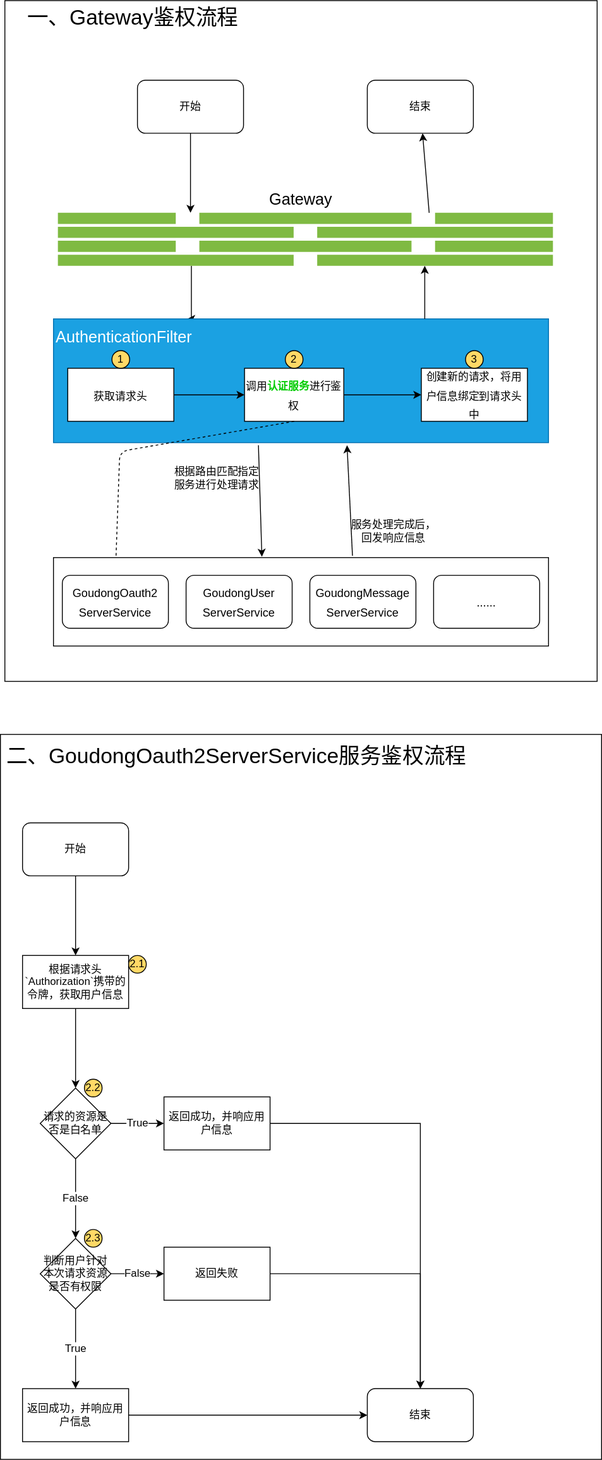
GitHubFeiLong/goudong-java keeps this draw.io diagram as goudong-gateway-server/README.assets/网关统一鉴权，子服务获取用户.svg. Above is the earlier version. Source tidied: cells renumbered, new cells last; positions are measured from the earlier drawing's top-left corner, leaving out a move shared by most shapes. Source of this version:
```xml
<mxGraphModel>
  <root>
    <mxCell id="0" />
    <mxCell id="1" parent="0" />
    <mxCell id="2" style="rounded=0;whiteSpace=wrap;html=1;fontSize=12;align=center;" parent="1" vertex="1">
      <mxGeometry y="830" width="680" height="820" as="geometry" />
    </mxCell>
    <mxCell id="3" style="rounded=0;whiteSpace=wrap;html=1;fontSize=12;align=center;" parent="1" vertex="1">
      <mxGeometry x="5" width="670" height="770" as="geometry" />
    </mxCell>
    <mxCell id="4" style="edgeStyle=orthogonalEdgeStyle;rounded=0;jettySize=auto;html=1;exitX=0.5;exitY=1;exitDx=0;exitDy=0;" parent="1" edge="1" source="53" target="29">
      <mxGeometry relative="1" as="geometry">
        <Array as="points">
          <mxPoint x="215" y="220" />
          <mxPoint x="215" y="220" />
        </Array>
      </mxGeometry>
    </mxCell>
    <mxCell id="5" style="edgeStyle=orthogonalEdgeStyle;rounded=0;jettySize=auto;html=1;entryX=0.27;entryY=0;entryDx=0;entryDy=0;fontSize=18;entryPerimeter=0;" parent="1" edge="1" source="29" target="7">
      <mxGeometry relative="1" as="geometry">
        <Array as="points">
          <mxPoint x="216" y="320" />
          <mxPoint x="216" y="320" />
        </Array>
      </mxGeometry>
    </mxCell>
    <mxCell id="6" style="group;" parent="1" vertex="1">
      <mxGeometry x="60" y="360" width="560" height="140" as="geometry" />
    </mxCell>
    <mxCell id="7" style="rounded=0;whiteSpace=wrap;html=1;fontSize=18;fillColor=#1ba1e2;strokeColor=#006EAF;fontColor=#ffffff;" parent="6" vertex="1">
      <mxGeometry width="560" height="140" as="geometry" />
    </mxCell>
    <mxCell id="8" value="&lt;font color=&quot;#ffffff&quot;&gt;AuthenticationFilter&lt;/font&gt;" style="text;html=1;strokeColor=none;fillColor=none;align=center;verticalAlign=middle;whiteSpace=wrap;rounded=0;fontSize=18;" parent="6" vertex="1">
      <mxGeometry x="60" width="40" height="41.8" as="geometry" />
    </mxCell>
    <mxCell id="9" style="edgeStyle=orthogonalEdgeStyle;rounded=0;jettySize=auto;html=1;fontSize=18;" parent="6" edge="1" source="10" target="12">
      <mxGeometry relative="1" as="geometry" />
    </mxCell>
    <mxCell id="10" value="&lt;font style=&quot;font-size: 12px&quot;&gt;获取请求头&lt;/font&gt;" style="rounded=0;whiteSpace=wrap;html=1;fontSize=18;" parent="6" vertex="1">
      <mxGeometry x="16.1" y="55.9" width="120" height="60" as="geometry" />
    </mxCell>
    <mxCell id="11" style="edgeStyle=orthogonalEdgeStyle;rounded=0;jettySize=auto;html=1;fontSize=18;" parent="6" edge="1" source="12" target="13">
      <mxGeometry relative="1" as="geometry" />
    </mxCell>
    <mxCell id="12" value="&lt;font style=&quot;font-size: 12px&quot;&gt;调用&lt;font color=&quot;#00cc00&quot;&gt;&lt;b&gt;认证服务&lt;/b&gt;&lt;/font&gt;进行鉴权&lt;/font&gt;" style="rounded=0;whiteSpace=wrap;html=1;fontSize=18;" parent="6" vertex="1">
      <mxGeometry x="216.1" y="55.9" width="112.2" height="60" as="geometry" />
    </mxCell>
    <mxCell id="13" value="&lt;span style=&quot;font-size: 12px&quot;&gt;创建新的请求，将用户信息绑定到请求头中&lt;/span&gt;&lt;br&gt;" style="rounded=0;whiteSpace=wrap;html=1;fontSize=18;" parent="6" vertex="1">
      <mxGeometry x="416.1" y="55.9" width="120" height="60" as="geometry" />
    </mxCell>
    <mxCell id="14" value="1" style="ellipse;whiteSpace=wrap;html=1;fontSize=12;align=center;fillColor=#FFD966;" parent="6" vertex="1">
      <mxGeometry x="66.1" y="35.9" width="20" height="20" as="geometry" />
    </mxCell>
    <mxCell id="15" value="2" style="ellipse;whiteSpace=wrap;html=1;fontSize=12;align=center;fillColor=#FFD966;" parent="6" vertex="1">
      <mxGeometry x="262.3" y="35.9" width="20" height="20" as="geometry" />
    </mxCell>
    <mxCell id="16" value="3" style="ellipse;whiteSpace=wrap;html=1;fontSize=12;align=center;fillColor=#FFD966;" parent="6" vertex="1">
      <mxGeometry x="466.1" y="35.9" width="20" height="20" as="geometry" />
    </mxCell>
    <mxCell id="17" style="endArrow=none;dashed=1;html=1;fontSize=18;exitX=0.5;exitY=1;exitDx=0;exitDy=0;entryX=0.5;entryY=0;entryDx=0;entryDy=0;" parent="1" edge="1" source="12" target="20">
      <mxGeometry relative="1" as="geometry">
        <Array as="points">
          <mxPoint x="135" y="510" />
        </Array>
      </mxGeometry>
    </mxCell>
    <mxCell id="18" style="group;" parent="1" vertex="1">
      <mxGeometry x="60" y="630" width="560" height="100" as="geometry" />
    </mxCell>
    <mxCell id="19" style="rounded=0;whiteSpace=wrap;html=1;fontSize=18;" parent="18" vertex="1">
      <mxGeometry width="560" height="100" as="geometry" />
    </mxCell>
    <mxCell id="20" value="&lt;font style=&quot;font-size: 13px&quot;&gt;GoudongOauth2&lt;br&gt;ServerService&lt;/font&gt;" style="rounded=1;whiteSpace=wrap;html=1;fontSize=18;" parent="18" vertex="1">
      <mxGeometry x="10" y="20" width="120" height="60" as="geometry" />
    </mxCell>
    <mxCell id="21" value="&lt;font style=&quot;font-size: 13px&quot;&gt;GoudongUser&lt;br&gt;ServerService&lt;/font&gt;" style="rounded=1;whiteSpace=wrap;html=1;fontSize=18;" parent="18" vertex="1">
      <mxGeometry x="150" y="20" width="120" height="60" as="geometry" />
    </mxCell>
    <mxCell id="22" value="&lt;font style=&quot;font-size: 13px&quot;&gt;GoudongMessage&lt;br&gt;ServerService&lt;/font&gt;" style="rounded=1;whiteSpace=wrap;html=1;fontSize=18;" parent="18" vertex="1">
      <mxGeometry x="290" y="20" width="120" height="60" as="geometry" />
    </mxCell>
    <mxCell id="23" value="&lt;span style=&quot;font-size: 13px&quot;&gt;......&lt;/span&gt;" style="rounded=1;whiteSpace=wrap;html=1;fontSize=18;" parent="18" vertex="1">
      <mxGeometry x="430" y="20" width="120" height="60" as="geometry" />
    </mxCell>
    <mxCell id="24" value="根据路由匹配指定服务进行处理请求" style="text;html=1;strokeColor=none;fillColor=none;align=center;verticalAlign=middle;whiteSpace=wrap;rounded=0;fontSize=12;" parent="1" vertex="1">
      <mxGeometry x="195" y="530" width="100" height="20" as="geometry" />
    </mxCell>
    <mxCell id="25" value="服务处理完成后，回发响应信息" style="text;html=1;strokeColor=none;fillColor=none;align=center;verticalAlign=middle;whiteSpace=wrap;rounded=0;fontSize=12;" parent="1" vertex="1">
      <mxGeometry x="395" y="590" width="100" height="20" as="geometry" />
    </mxCell>
    <mxCell id="26" style="endArrow=classic;html=1;fontSize=12;exitX=0.414;exitY=1.021;exitDx=0;exitDy=0;exitPerimeter=0;entryX=0.421;entryY=-0.01;entryDx=0;entryDy=0;entryPerimeter=0;" parent="1" edge="1" source="7" target="19">
      <mxGeometry relative="1" as="geometry" />
    </mxCell>
    <mxCell id="27" style="endArrow=classic;html=1;fontSize=12;exitX=0.604;exitY=-0.02;exitDx=0;exitDy=0;exitPerimeter=0;entryX=0.593;entryY=1.021;entryDx=0;entryDy=0;entryPerimeter=0;" parent="1" edge="1" source="19" target="7">
      <mxGeometry relative="1" as="geometry" />
    </mxCell>
    <mxCell id="28" style="group;" parent="1" vertex="1">
      <mxGeometry x="65" y="210" width="560" height="90" as="geometry" />
    </mxCell>
    <mxCell id="29" style="shadow=0;dashed=0;html=1;strokeColor=none;labelPosition=center;verticalLabelPosition=bottom;verticalAlign=top;outlineConnect=0;align=center;shape=mxgraph.office.concepts.firewall;fillColor=#7FBA42;" parent="28" vertex="1">
      <mxGeometry y="30" width="560" height="60" as="geometry" />
    </mxCell>
    <mxCell id="30" value="Gateway" style="text;html=1;strokeColor=none;fillColor=none;align=center;verticalAlign=middle;whiteSpace=wrap;rounded=0;fontSize=18;" parent="28" vertex="1">
      <mxGeometry x="210" width="130" height="30" as="geometry" />
    </mxCell>
    <mxCell id="31" style="edgeStyle=orthogonalEdgeStyle;rounded=0;jettySize=auto;html=1;exitX=0.75;exitY=0;exitDx=0;exitDy=0;fontSize=12;" parent="1" edge="1" source="7" target="29">
      <mxGeometry relative="1" as="geometry">
        <Array as="points">
          <mxPoint x="485" y="300" />
          <mxPoint x="485" y="300" />
        </Array>
      </mxGeometry>
    </mxCell>
    <mxCell id="32" style="endArrow=classic;html=1;fontSize=12;exitX=0.75;exitY=0;exitDx=0;exitDy=0;exitPerimeter=0;" parent="1" edge="1" source="29" target="54">
      <mxGeometry relative="1" as="geometry" />
    </mxCell>
    <mxCell id="33" value="&lt;font style=&quot;font-size: 24px&quot;&gt;一、Gateway鉴权流程&lt;/font&gt;" style="text;html=1;strokeColor=none;fillColor=none;align=center;verticalAlign=middle;whiteSpace=wrap;rounded=0;fontSize=12;" parent="1" vertex="1">
      <mxGeometry x="15" y="10" width="270" height="20" as="geometry" />
    </mxCell>
    <mxCell id="34" style="edgeStyle=orthogonalEdgeStyle;rounded=0;jettySize=auto;html=1;fontSize=12;exitX=0.5;exitY=1;exitDx=0;exitDy=0;" parent="1" edge="1" source="55" target="36">
      <mxGeometry relative="1" as="geometry" />
    </mxCell>
    <mxCell id="35" style="edgeStyle=orthogonalEdgeStyle;rounded=0;jettySize=auto;html=1;fontSize=12;" parent="1" edge="1" source="36" target="39">
      <mxGeometry relative="1" as="geometry" />
    </mxCell>
    <mxCell id="36" value="根据请求头`Authorization`携带的令牌，获取用户信息" style="whiteSpace=wrap;html=1;fillColor=#FFFFFF;" parent="1" vertex="1">
      <mxGeometry x="25" y="1080" width="120" height="60" as="geometry" />
    </mxCell>
    <mxCell id="37" value="False" style="edgeStyle=orthogonalEdgeStyle;rounded=0;jettySize=auto;html=1;fontSize=12;entryX=0.5;entryY=0;entryDx=0;entryDy=0;" parent="1" edge="1" source="39" target="44">
      <mxGeometry relative="1" as="geometry" />
    </mxCell>
    <mxCell id="38" value="True" style="edgeStyle=orthogonalEdgeStyle;rounded=0;jettySize=auto;html=1;fontSize=12;" parent="1" edge="1" source="39" target="41">
      <mxGeometry relative="1" as="geometry" />
    </mxCell>
    <mxCell id="39" value="请求的资源是否是白名单" style="rhombus;whiteSpace=wrap;html=1;fillColor=#FFFFFF;" parent="1" vertex="1">
      <mxGeometry x="45" y="1230" width="80" height="80" as="geometry" />
    </mxCell>
    <mxCell id="40" style="edgeStyle=orthogonalEdgeStyle;rounded=0;jettySize=auto;html=1;fontSize=12;entryX=0.5;entryY=0;entryDx=0;entryDy=0;" parent="1" edge="1" source="41" target="56">
      <mxGeometry relative="1" as="geometry" />
    </mxCell>
    <mxCell id="41" value="&lt;span&gt;返回成功，并响应用户信息&lt;/span&gt;" style="whiteSpace=wrap;html=1;fillColor=#FFFFFF;" parent="1" vertex="1">
      <mxGeometry x="185" y="1240" width="120" height="60" as="geometry" />
    </mxCell>
    <mxCell id="42" value="True" style="edgeStyle=orthogonalEdgeStyle;rounded=0;jettySize=auto;html=1;fontSize=12;" parent="1" edge="1" source="44" target="46">
      <mxGeometry relative="1" as="geometry" />
    </mxCell>
    <mxCell id="43" value="False" style="edgeStyle=orthogonalEdgeStyle;rounded=0;jettySize=auto;html=1;fontSize=12;" parent="1" edge="1" source="44" target="48">
      <mxGeometry relative="1" as="geometry" />
    </mxCell>
    <mxCell id="44" value="判断用户针对本次请求资源是否有权限" style="rhombus;whiteSpace=wrap;html=1;fillColor=#FFFFFF;" parent="1" vertex="1">
      <mxGeometry x="45" y="1400" width="80" height="80" as="geometry" />
    </mxCell>
    <mxCell id="45" style="edgeStyle=orthogonalEdgeStyle;rounded=0;jettySize=auto;html=1;fontSize=12;" parent="1" edge="1" source="46">
      <mxGeometry relative="1" as="geometry">
        <mxPoint x="415" y="1600" as="targetPoint" />
      </mxGeometry>
    </mxCell>
    <mxCell id="46" value="返回成功，并响应用户信息" style="whiteSpace=wrap;html=1;fillColor=#FFFFFF;" parent="1" vertex="1">
      <mxGeometry x="25" y="1570" width="120" height="60" as="geometry" />
    </mxCell>
    <mxCell id="47" style="edgeStyle=orthogonalEdgeStyle;rounded=0;jettySize=auto;html=1;entryX=0.5;entryY=0;entryDx=0;entryDy=0;fontSize=12;" parent="1" edge="1" source="48" target="56">
      <mxGeometry relative="1" as="geometry" />
    </mxCell>
    <mxCell id="48" value="返回失败" style="whiteSpace=wrap;html=1;fillColor=#FFFFFF;" parent="1" vertex="1">
      <mxGeometry x="185" y="1410" width="120" height="60" as="geometry" />
    </mxCell>
    <mxCell id="49" value="&lt;font style=&quot;font-size: 24px&quot;&gt;&lt;span&gt;二、GoudongOauth2&lt;/span&gt;&lt;span&gt;ServerService&lt;/span&gt;服务鉴权流程&lt;/font&gt;" style="text;html=1;strokeColor=none;fillColor=none;align=left;verticalAlign=middle;whiteSpace=wrap;rounded=0;fontSize=12;" parent="1" vertex="1">
      <mxGeometry x="5" y="840" width="550" height="30" as="geometry" />
    </mxCell>
    <mxCell id="50" value="2.1" style="ellipse;whiteSpace=wrap;html=1;fontSize=12;align=center;fillColor=#FFD966;" parent="1" vertex="1">
      <mxGeometry x="145" y="1080" width="20" height="20" as="geometry" />
    </mxCell>
    <mxCell id="51" value="2.2" style="ellipse;whiteSpace=wrap;html=1;fontSize=12;align=center;fillColor=#FFD966;" parent="1" vertex="1">
      <mxGeometry x="95" y="1220" width="20" height="20" as="geometry" />
    </mxCell>
    <mxCell id="52" value="2.3" style="ellipse;whiteSpace=wrap;html=1;fontSize=12;align=center;fillColor=#FFD966;" parent="1" vertex="1">
      <mxGeometry x="95" y="1390" width="20" height="20" as="geometry" />
    </mxCell>
    <mxCell id="53" value="&lt;span&gt;开始&lt;/span&gt;" style="rounded=1;whiteSpace=wrap;html=1;" parent="1" vertex="1">
      <mxGeometry x="155" y="90" width="120" height="60" as="geometry" />
    </mxCell>
    <mxCell id="54" value="&lt;span&gt;结束&lt;/span&gt;" style="rounded=1;whiteSpace=wrap;html=1;" parent="1" vertex="1">
      <mxGeometry x="415" y="90" width="120" height="60" as="geometry" />
    </mxCell>
    <mxCell id="55" value="开始" style="rounded=1;whiteSpace=wrap;html=1;" parent="1" vertex="1">
      <mxGeometry x="25" y="930" width="120" height="60" as="geometry" />
    </mxCell>
    <mxCell id="56" value="结束" style="rounded=1;whiteSpace=wrap;html=1;" parent="1" vertex="1">
      <mxGeometry x="415" y="1570" width="120" height="60" as="geometry" />
    </mxCell>
  </root>
</mxGraphModel>
```
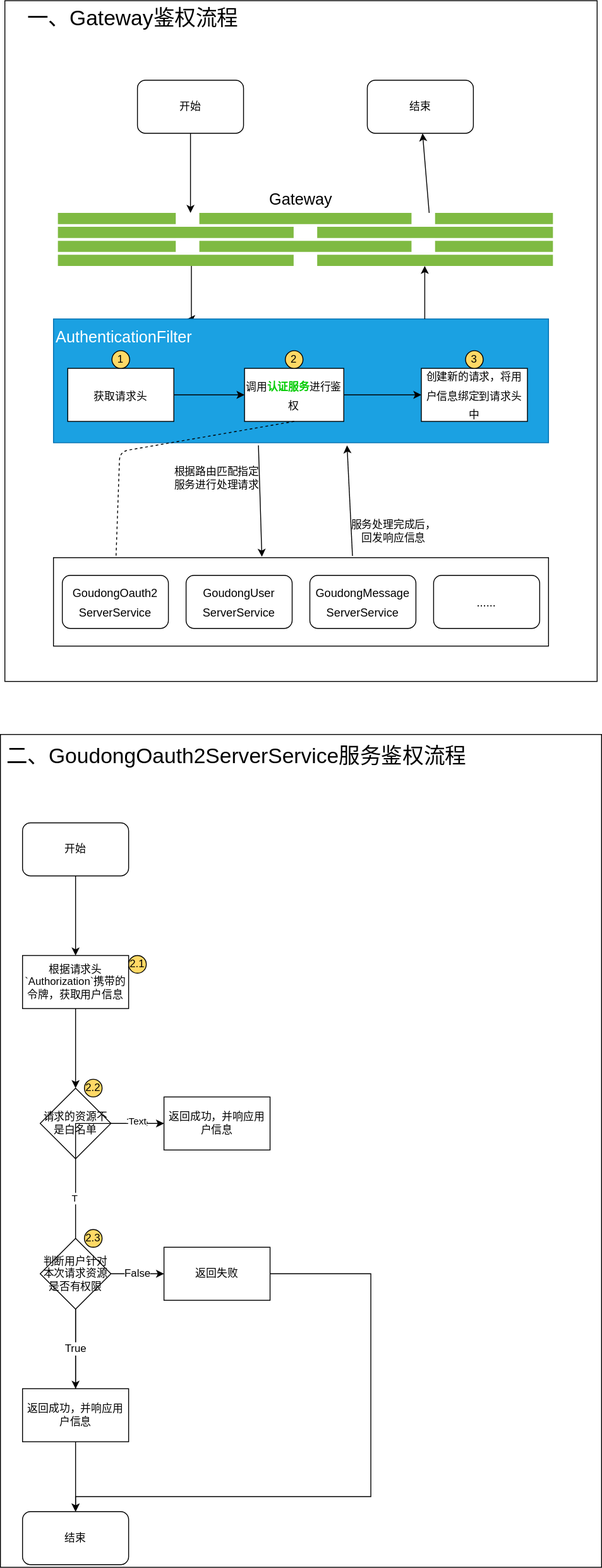
After the commit.

What changed in the source:
```diff
@@ -3,7 +3,7 @@
     <mxCell id="0" />
     <mxCell id="1" parent="0" />
     <mxCell id="2" style="rounded=0;whiteSpace=wrap;html=1;fontSize=12;align=center;" parent="1" vertex="1">
-      <mxGeometry y="830" width="680" height="820" as="geometry" />
+      <mxGeometry y="830" width="680" height="942" as="geometry" />
     </mxCell>
     <mxCell id="3" style="rounded=0;whiteSpace=wrap;html=1;fontSize=12;align=center;" parent="1" vertex="1">
       <mxGeometry x="5" width="670" height="770" as="geometry" />
@@ -126,18 +126,21 @@
     <mxCell id="36" value="根据请求头`Authorization`携带的令牌，获取用户信息" style="whiteSpace=wrap;html=1;fillColor=#FFFFFF;" parent="1" vertex="1">
       <mxGeometry x="25" y="1080" width="120" height="60" as="geometry" />
     </mxCell>
-    <mxCell id="37" value="False" style="edgeStyle=orthogonalEdgeStyle;rounded=0;jettySize=auto;html=1;fontSize=12;entryX=0.5;entryY=0;entryDx=0;entryDy=0;" parent="1" edge="1" source="39" target="44">
-      <mxGeometry relative="1" as="geometry" />
-    </mxCell>
     <mxCell id="38" value="True" style="edgeStyle=orthogonalEdgeStyle;rounded=0;jettySize=auto;html=1;fontSize=12;" parent="1" edge="1" source="39" target="41">
       <mxGeometry relative="1" as="geometry" />
     </mxCell>
-    <mxCell id="39" value="请求的资源是否是白名单" style="rhombus;whiteSpace=wrap;html=1;fillColor=#FFFFFF;" parent="1" vertex="1">
+    <mxCell id="39" value="请求的资源不是白名单" style="rhombus;whiteSpace=wrap;html=1;fillColor=#FFFFFF;" parent="1" vertex="1">
       <mxGeometry x="45" y="1230" width="80" height="80" as="geometry" />
     </mxCell>
     <mxCell id="40" style="edgeStyle=orthogonalEdgeStyle;rounded=0;jettySize=auto;html=1;fontSize=12;entryX=0.5;entryY=0;entryDx=0;entryDy=0;" parent="1" edge="1" source="41" target="56">
       <mxGeometry relative="1" as="geometry" />
     </mxCell>
+    <mxCell id="57" value="T" style="edgeLabel;html=1;align=center;verticalAlign=middle;" parent="40" vertex="1">
+      <mxGeometry x="-0.32" y="-2" relative="1" as="geometry" />
+    </mxCell>
+    <mxCell id="58" value="Text" style="edgeLabel;html=1;align=center;verticalAlign=middle;" parent="40" vertex="1">
+      <mxGeometry x="-0.89" y="-3" relative="1" as="geometry" />
+    </mxCell>
     <mxCell id="41" value="&lt;span&gt;返回成功，并响应用户信息&lt;/span&gt;" style="whiteSpace=wrap;html=1;fillColor=#FFFFFF;" parent="1" vertex="1">
       <mxGeometry x="185" y="1240" width="120" height="60" as="geometry" />
     </mxCell>
@@ -150,16 +153,17 @@
     <mxCell id="44" value="判断用户针对本次请求资源是否有权限" style="rhombus;whiteSpace=wrap;html=1;fillColor=#FFFFFF;" parent="1" vertex="1">
       <mxGeometry x="45" y="1400" width="80" height="80" as="geometry" />
     </mxCell>
-    <mxCell id="45" style="edgeStyle=orthogonalEdgeStyle;rounded=0;jettySize=auto;html=1;fontSize=12;" parent="1" edge="1" source="46">
-      <mxGeometry relative="1" as="geometry">
-        <mxPoint x="415" y="1600" as="targetPoint" />
-      </mxGeometry>
-    </mxCell>
     <mxCell id="46" value="返回成功，并响应用户信息" style="whiteSpace=wrap;html=1;fillColor=#FFFFFF;" parent="1" vertex="1">
       <mxGeometry x="25" y="1570" width="120" height="60" as="geometry" />
     </mxCell>
     <mxCell id="47" style="edgeStyle=orthogonalEdgeStyle;rounded=0;jettySize=auto;html=1;entryX=0.5;entryY=0;entryDx=0;entryDy=0;fontSize=12;" parent="1" edge="1" source="48" target="56">
-      <mxGeometry relative="1" as="geometry" />
+      <mxGeometry relative="1" as="geometry">
+        <Array as="points">
+          <mxPoint x="419" y="1440" />
+          <mxPoint x="419" y="1692" />
+          <mxPoint x="85" y="1692" />
+        </Array>
+      </mxGeometry>
     </mxCell>
     <mxCell id="48" value="返回失败" style="whiteSpace=wrap;html=1;fillColor=#FFFFFF;" parent="1" vertex="1">
       <mxGeometry x="185" y="1410" width="120" height="60" as="geometry" />
@@ -186,7 +190,7 @@
       <mxGeometry x="25" y="930" width="120" height="60" as="geometry" />
     </mxCell>
     <mxCell id="56" value="结束" style="rounded=1;whiteSpace=wrap;html=1;" parent="1" vertex="1">
-      <mxGeometry x="415" y="1570" width="120" height="60" as="geometry" />
+      <mxGeometry x="25" y="1709" width="120" height="60" as="geometry" />
     </mxCell>
   </root>
 </mxGraphModel>
```
